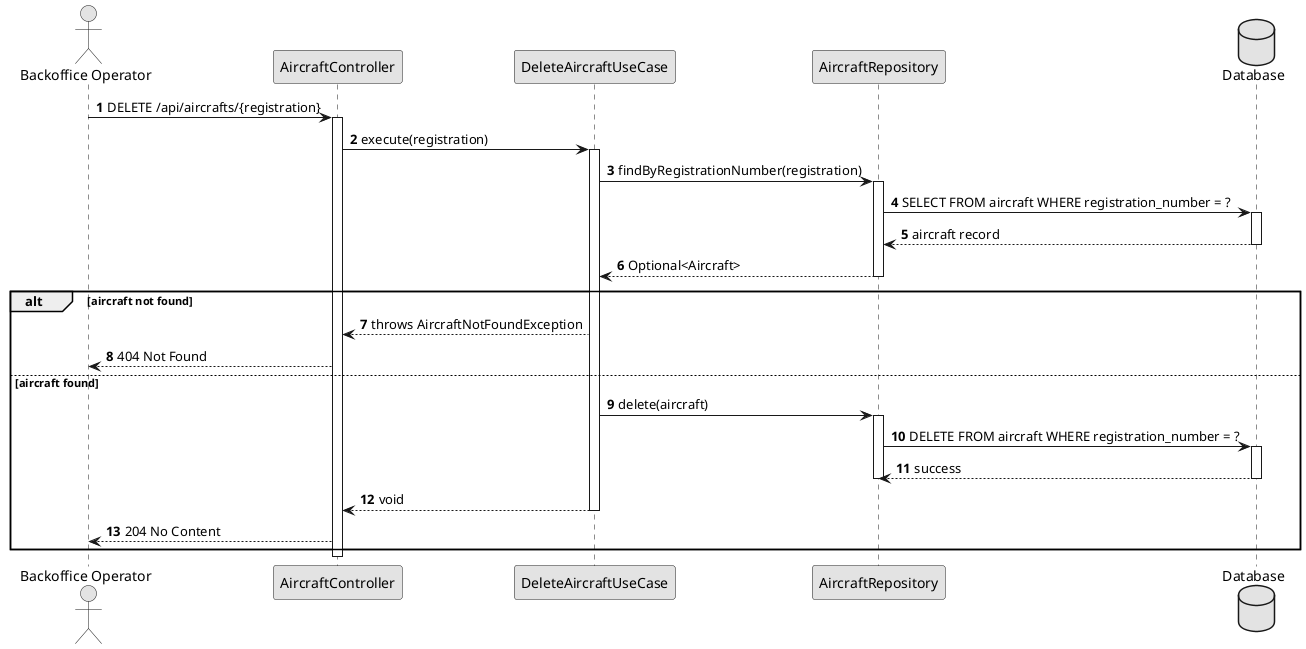
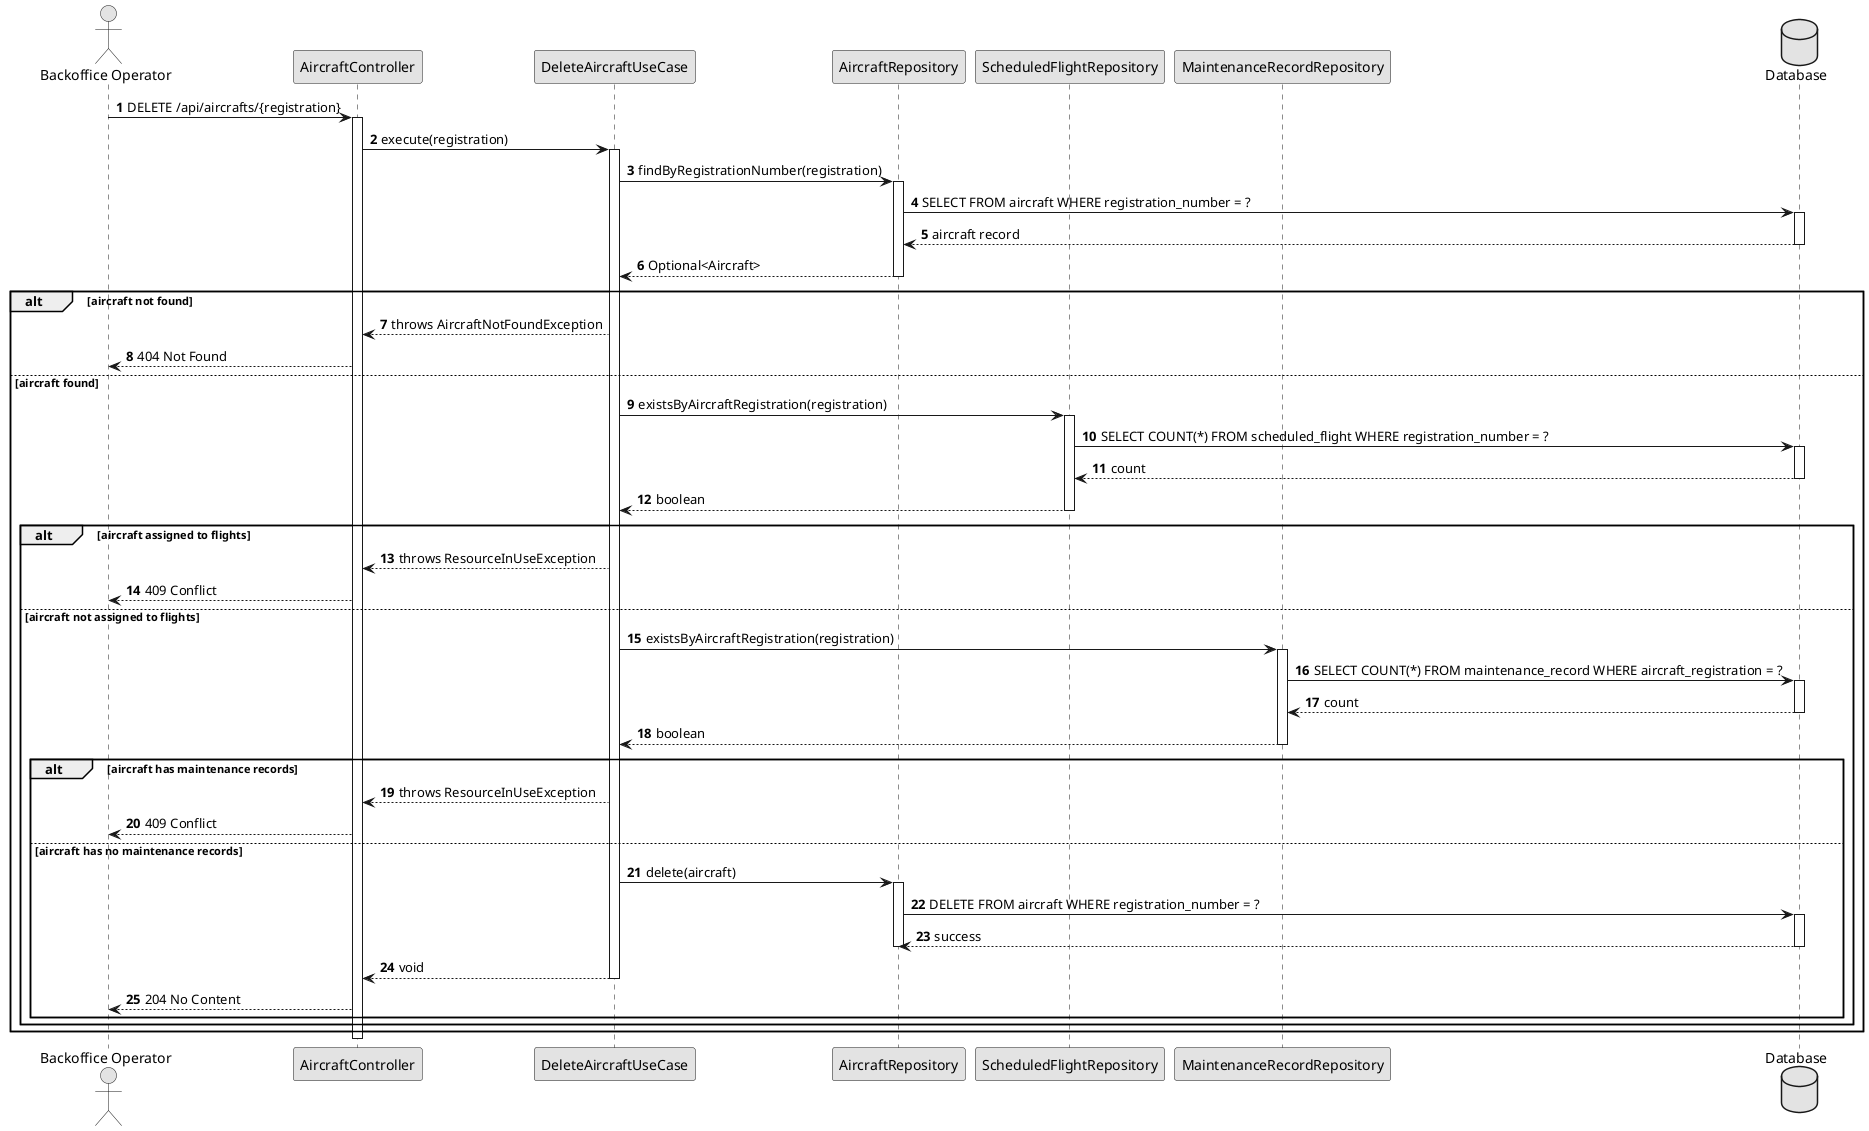
@startuml sd_deleteAircraft
autonumber
skinparam monochrome true
skinparam packageStyle rect
skinparam shadowing false

actor "Backoffice Operator" as BO
participant "AircraftController" as Ctrl
participant "DeleteAircraftUseCase" as UC
participant "AircraftRepository" as Repo
+ participant "ScheduledFlightRepository" as FlightRepo
+ participant "MaintenanceRecordRepository" as RecordRepo
database "Database" as DB

BO -> Ctrl : DELETE /api/aircrafts/{registration}
activate Ctrl

Ctrl -> UC : execute(registration)
activate UC

UC -> Repo : findByRegistrationNumber(registration)
activate Repo
Repo -> DB : SELECT FROM aircraft WHERE registration_number = ?
activate DB
DB --> Repo : aircraft record
deactivate DB
Repo --> UC : Optional<Aircraft>
deactivate Repo

alt aircraft not found
    UC --> Ctrl : throws AircraftNotFoundException
    Ctrl --> BO : 404 Not Found
else aircraft found
-     UC -> Repo : delete(aircraft)
-     activate Repo
-     Repo -> DB : DELETE FROM aircraft WHERE registration_number = ?
+     UC -> FlightRepo : existsByAircraftRegistration(registration)
+     activate FlightRepo
+     FlightRepo -> DB : SELECT COUNT(*) FROM scheduled_flight WHERE registration_number = ?
    activate DB
-     DB --> Repo : success
+     DB --> FlightRepo : count
    deactivate DB
-     deactivate Repo
-     UC --> Ctrl : void
-     deactivate UC
-     Ctrl --> BO : 204 No Content
+     FlightRepo --> UC : boolean
+     deactivate FlightRepo
+ 
+     alt aircraft assigned to flights
+         UC --> Ctrl : throws ResourceInUseException
+         Ctrl --> BO : 409 Conflict
+     else aircraft not assigned to flights
+         UC -> RecordRepo : existsByAircraftRegistration(registration)
+         activate RecordRepo
+         RecordRepo -> DB : SELECT COUNT(*) FROM maintenance_record WHERE aircraft_registration = ?
+         activate DB
+         DB --> RecordRepo : count
+         deactivate DB
+         RecordRepo --> UC : boolean
+         deactivate RecordRepo
+ 
+         alt aircraft has maintenance records
+             UC --> Ctrl : throws ResourceInUseException
+             Ctrl --> BO : 409 Conflict
+         else aircraft has no maintenance records
+             UC -> Repo : delete(aircraft)
+             activate Repo
+             Repo -> DB : DELETE FROM aircraft WHERE registration_number = ?
+             activate DB
+             DB --> Repo : success
+             deactivate DB
+             deactivate Repo
+             UC --> Ctrl : void
+             deactivate UC
+             Ctrl --> BO : 204 No Content
+         end
+     end
end

deactivate Ctrl
@enduml
